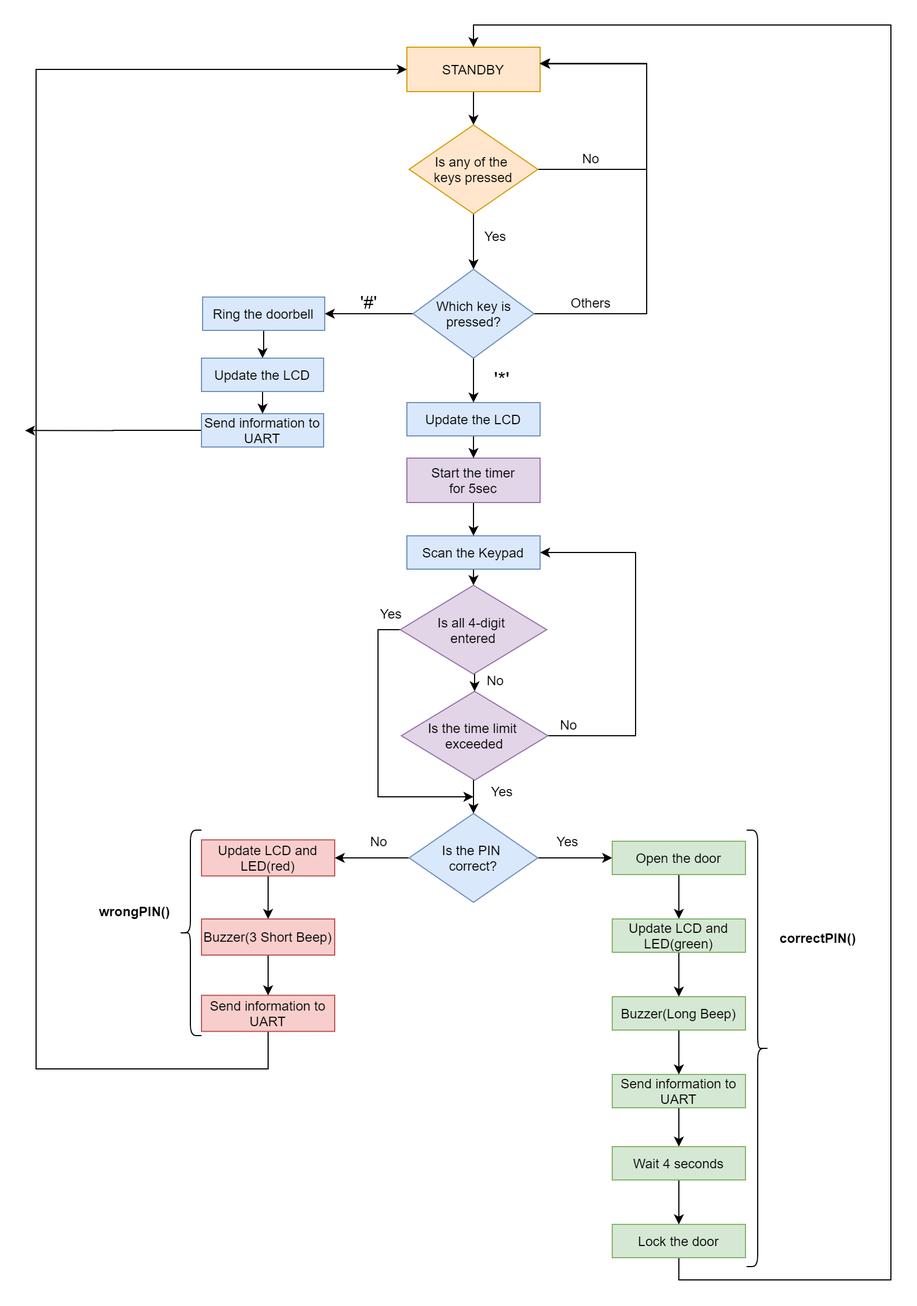
This is Images/flow_chart.png from dkorbey/Door-Lock-Project, a draw.io export, as it was before one commit. Source tidied: cells renumbered, new cells last; positions are measured from the earlier drawing's top-left corner, leaving out a move shared by most shapes.
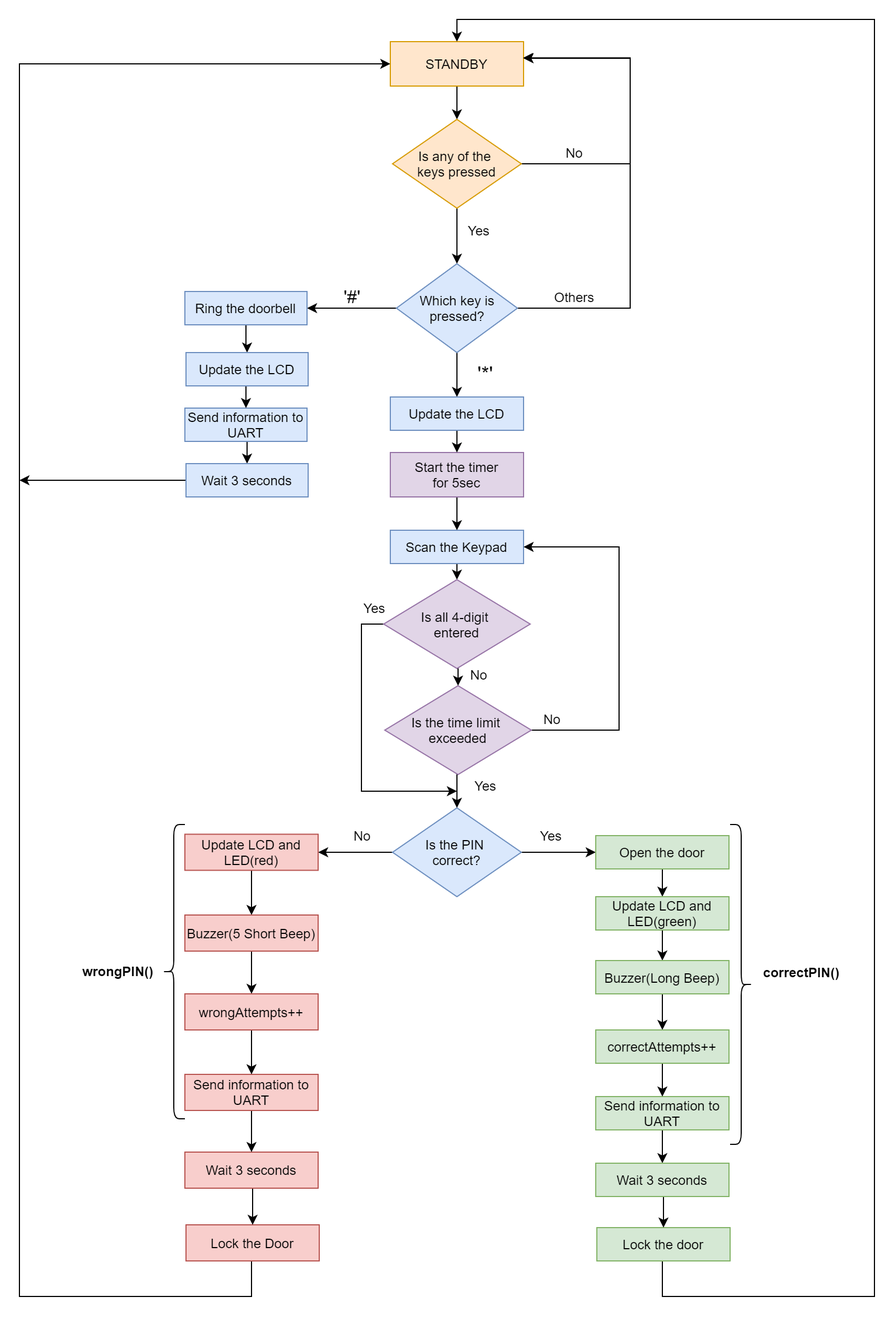
The same file after the commit.

Diff of the diagram source:
```diff
@@ -58,7 +58,7 @@
       <mxGeometry relative="1" as="geometry" />
     </mxCell>
     <mxCell id="17" value="Ring the doorbell" style="whiteSpace=wrap;html=1;fillColor=#dae8fc;strokeColor=#6c8ebf;" parent="1" vertex="1">
-      <mxGeometry x="160" y="245" width="110" height="30" as="geometry" />
+      <mxGeometry x="159" y="245" width="110" height="30" as="geometry" />
     </mxCell>
     <mxCell id="18" value="&lt;font style=&quot;font-size: 16px&quot;&gt;'#'&lt;/font&gt;" style="text;html=1;strokeColor=none;fillColor=none;align=center;verticalAlign=middle;whiteSpace=wrap;" parent="1" vertex="1">
       <mxGeometry x="290" y="240" width="40" height="20" as="geometry" />
@@ -79,7 +79,7 @@
       <mxGeometry relative="1" as="geometry" />
     </mxCell>
     <mxCell id="24" value="Send information to UART" style="rounded=0;whiteSpace=wrap;html=1;fillColor=#d5e8d4;strokeColor=#82b366;" parent="1" vertex="1">
-      <mxGeometry x="529" y="945" width="120" height="30" as="geometry" />
+      <mxGeometry x="529" y="970" width="120" height="30" as="geometry" />
     </mxCell>
     <mxCell id="25" style="edgeStyle=orthogonalEdgeStyle;rounded=0;jettySize=auto;html=1;exitX=0.5;exitY=1;exitDx=0;exitDy=0;entryX=0.5;entryY=0;entryDx=0;entryDy=0;" parent="1" edge="1" source="26" target="28">
       <mxGeometry relative="1" as="geometry" />
@@ -91,20 +91,22 @@
       <mxGeometry relative="1" as="geometry" />
     </mxCell>
     <mxCell id="28" value="Update LCD and LED(green)" style="rounded=0;whiteSpace=wrap;html=1;fillColor=#d5e8d4;strokeColor=#82b366;" parent="1" vertex="1">
-      <mxGeometry x="529" y="805" width="120" height="30" as="geometry" />
+      <mxGeometry x="529" y="790" width="120" height="30" as="geometry" />
     </mxCell>
     <mxCell id="29" style="edgeStyle=orthogonalEdgeStyle;rounded=0;jettySize=auto;html=1;entryX=0.5;entryY=0;entryDx=0;entryDy=0;exitX=0.5;exitY=1;exitDx=0;exitDy=0;" parent="1" edge="1" source="30" target="3">
       <mxGeometry relative="1" as="geometry">
         <Array as="points">
-          <mxPoint x="589" y="1130" />
-          <mxPoint x="780" y="1130" />
+          <mxPoint x="590" y="1116" />
+          <mxPoint x="589" y="1116" />
+          <mxPoint x="589" y="1150" />
+          <mxPoint x="780" y="1150" />
           <mxPoint x="780" />
           <mxPoint x="404" />
         </Array>
       </mxGeometry>
     </mxCell>
     <mxCell id="30" value="Lock the door" style="rounded=0;whiteSpace=wrap;html=1;fillColor=#d5e8d4;strokeColor=#82b366;" parent="1" vertex="1">
-      <mxGeometry x="529" y="1080" width="120" height="30" as="geometry" />
+      <mxGeometry x="530" y="1088" width="120" height="30" as="geometry" />
     </mxCell>
     <mxCell id="31" style="edgeStyle=orthogonalEdgeStyle;rounded=0;jettySize=auto;html=1;exitX=0.5;exitY=1;exitDx=0;exitDy=0;entryX=0.5;entryY=0;entryDx=0;entryDy=0;" parent="1" edge="1" source="32" target="49">
       <mxGeometry relative="1" as="geometry" />
@@ -112,23 +114,23 @@
     <mxCell id="32" value="Update LCD and LED(red)" style="rounded=0;whiteSpace=wrap;html=1;fillColor=#f8cecc;strokeColor=#b85450;" parent="1" vertex="1">
       <mxGeometry x="159" y="733.8" width="120" height="32.5" as="geometry" />
     </mxCell>
-    <mxCell id="33" style="edgeStyle=orthogonalEdgeStyle;rounded=0;jettySize=auto;html=1;exitX=0.5;exitY=1;exitDx=0;exitDy=0;entryX=0.5;entryY=0;entryDx=0;entryDy=0;" parent="1" edge="1" source="34" target="24">
-      <mxGeometry relative="1" as="geometry" />
-    </mxCell>
+    <mxCell id="66" style="edgeStyle=orthogonalEdgeStyle;rounded=0;jettySize=auto;html=1;exitX=0.5;exitY=1;exitDx=0;exitDy=0;entryX=0.5;entryY=0;entryDx=0;entryDy=0;" parent="1" edge="1" source="34" target="78">
+      <mxGeometry relative="1" as="geometry" />
+    </mxCell>
     <mxCell id="34" value="Buzzer(Long Beep)" style="rounded=0;whiteSpace=wrap;html=1;fillColor=#d5e8d4;strokeColor=#82b366;" parent="1" vertex="1">
-      <mxGeometry x="529" y="875" width="120" height="30" as="geometry" />
+      <mxGeometry x="529" y="847.5" width="120" height="30" as="geometry" />
     </mxCell>
     <mxCell id="35" style="edgeStyle=orthogonalEdgeStyle;rounded=0;jettySize=auto;html=1;entryX=0;entryY=0.5;entryDx=0;entryDy=0;" parent="1" edge="1" source="36" target="3">
       <mxGeometry relative="1" as="geometry">
         <Array as="points">
-          <mxPoint x="219" y="940" />
-          <mxPoint x="10" y="940" />
+          <mxPoint x="219" y="1150" />
+          <mxPoint x="10" y="1150" />
           <mxPoint x="10" y="40" />
         </Array>
       </mxGeometry>
     </mxCell>
-    <mxCell id="36" value="Send information to UART" style="rounded=0;whiteSpace=wrap;html=1;fillColor=#f8cecc;strokeColor=#b85450;" parent="1" vertex="1">
-      <mxGeometry x="159" y="873.8" width="120" height="32.5" as="geometry" />
+    <mxCell id="36" value="Lock the Door" style="rounded=0;whiteSpace=wrap;html=1;fillColor=#f8cecc;strokeColor=#b85450;" parent="1" vertex="1">
+      <mxGeometry x="160" y="1085.5" width="120" height="32.5" as="geometry" />
     </mxCell>
     <mxCell id="37" value="No" style="text;html=1;strokeColor=none;fillColor=none;align=center;verticalAlign=middle;whiteSpace=wrap;" parent="1" vertex="1">
       <mxGeometry x="299" y="725" width="40" height="20" as="geometry" />
@@ -157,37 +159,35 @@
       <mxGeometry x="339" y="600" width="132" height="80" as="geometry" />
     </mxCell>
     <mxCell id="44" style="shape=curlyBracket;whiteSpace=wrap;html=1;rounded=1;" parent="1" vertex="1">
-      <mxGeometry x="139" y="725" width="20" height="185" as="geometry" />
+      <mxGeometry x="139" y="725" width="20" height="265" as="geometry" />
     </mxCell>
     <mxCell id="45" style="shape=curlyBracket;whiteSpace=wrap;html=1;rounded=1;size=0.5;rotation=-180;" parent="1" vertex="1">
-      <mxGeometry x="650" y="725" width="20" height="393" as="geometry" />
+      <mxGeometry x="650" y="725" width="20" height="288" as="geometry" />
     </mxCell>
     <mxCell id="46" value="&lt;b&gt;&lt;font style=&quot;font-size: 12px&quot;&gt;wrongPIN()&lt;/font&gt;&lt;/b&gt;" style="text;html=1;strokeColor=none;fillColor=none;align=center;verticalAlign=middle;whiteSpace=wrap;rounded=0;" parent="1" vertex="1">
-      <mxGeometry x="59" y="780" width="80" height="35" as="geometry" />
+      <mxGeometry x="59" y="839" width="80" height="35" as="geometry" />
     </mxCell>
     <mxCell id="47" value="&lt;b&gt;correctPIN()&lt;/b&gt;" style="text;html=1;strokeColor=none;fillColor=none;align=center;verticalAlign=middle;whiteSpace=wrap;rounded=0;" parent="1" vertex="1">
-      <mxGeometry x="670" y="804" width="89" height="35" as="geometry" />
+      <mxGeometry x="670" y="840" width="89" height="35" as="geometry" />
     </mxCell>
-    <mxCell id="48" style="edgeStyle=orthogonalEdgeStyle;rounded=0;jettySize=auto;html=1;exitX=0.5;exitY=1;exitDx=0;exitDy=0;entryX=0.5;entryY=0;entryDx=0;entryDy=0;" parent="1" edge="1" source="49" target="36">
-      <mxGeometry relative="1" as="geometry" />
-    </mxCell>
+    <mxCell id="67" style="edgeStyle=orthogonalEdgeStyle;rounded=0;jettySize=auto;html=1;exitX=0.5;exitY=1;exitDx=0;exitDy=0;entryX=0.5;entryY=0;entryDx=0;entryDy=0;" parent="1" edge="1" source="49" target="76">
+      <mxGeometry relative="1" as="geometry" />
+    </mxCell>
-    <mxCell id="49" value="Buzzer(3 Short Beep)" style="rounded=0;whiteSpace=wrap;html=1;fillColor=#f8cecc;strokeColor=#b85450;" parent="1" vertex="1">
-      <mxGeometry x="159" y="805" width="120" height="32.5" as="geometry" />
+    <mxCell id="49" value="Buzzer(5 Short Beep)" style="rounded=0;whiteSpace=wrap;html=1;fillColor=#f8cecc;strokeColor=#b85450;" parent="1" vertex="1">
+      <mxGeometry x="159" y="806.5" width="120" height="32.5" as="geometry" />
     </mxCell>
-    <mxCell id="50" style="edgeStyle=orthogonalEdgeStyle;rounded=0;jettySize=auto;html=1;exitX=0.5;exitY=1;exitDx=0;exitDy=0;" parent="1" edge="1" source="51" target="30">
+    <mxCell id="50" style="edgeStyle=orthogonalEdgeStyle;rounded=0;jettySize=auto;html=1;exitX=0.5;exitY=1;exitDx=0;exitDy=0;entryX=0.5;entryY=0;entryDx=0;entryDy=0;" parent="1" edge="1" source="51" target="30">
       <mxGeometry relative="1" as="geometry" />
     </mxCell>
-    <mxCell id="51" value="Wait 4 seconds" style="rounded=0;whiteSpace=wrap;html=1;fillColor=#d5e8d4;strokeColor=#82b366;" parent="1" vertex="1">
-      <mxGeometry x="529" y="1010" width="120" height="30" as="geometry" />
+    <mxCell id="51" value="Wait 3 seconds" style="rounded=0;whiteSpace=wrap;html=1;fillColor=#d5e8d4;strokeColor=#82b366;" parent="1" vertex="1">
+      <mxGeometry x="529" y="1030" width="120" height="30" as="geometry" />
     </mxCell>
     <mxCell id="52" value="No" style="text;html=1;strokeColor=none;fillColor=none;align=center;verticalAlign=middle;whiteSpace=wrap;" parent="1" vertex="1">
       <mxGeometry x="404" y="580" width="40" height="20" as="geometry" />
     </mxCell>
-    <mxCell id="53" style="edgeStyle=orthogonalEdgeStyle;rounded=0;jettySize=auto;html=1;exitX=0;exitY=0.5;exitDx=0;exitDy=0;" parent="1" edge="1" source="54">
-      <mxGeometry relative="1" as="geometry">
-        <mxPoint y="365.2" as="targetPoint" />
-      </mxGeometry>
-    </mxCell>
+    <mxCell id="68" style="edgeStyle=orthogonalEdgeStyle;rounded=0;jettySize=auto;html=1;exitX=0.5;exitY=1;exitDx=0;exitDy=0;entryX=0.5;entryY=0;entryDx=0;entryDy=0;" parent="1" edge="1" source="54" target="74">
+      <mxGeometry relative="1" as="geometry" />
+    </mxCell>
     <mxCell id="54" value="Send information to UART" style="whiteSpace=wrap;html=1;fillColor=#dae8fc;strokeColor=#6c8ebf;" parent="1" vertex="1">
       <mxGeometry x="159" y="350" width="110" height="30" as="geometry" />
     </mxCell>
@@ -195,7 +195,7 @@
       <mxGeometry relative="1" as="geometry" />
     </mxCell>
     <mxCell id="56" value="Update the LCD" style="whiteSpace=wrap;html=1;fillColor=#dae8fc;strokeColor=#6c8ebf;" parent="1" vertex="1">
-      <mxGeometry x="159" y="300" width="110" height="30" as="geometry" />
+      <mxGeometry x="160" y="300" width="110" height="30" as="geometry" />
     </mxCell>
     <mxCell id="57" style="edgeStyle=orthogonalEdgeStyle;rounded=0;orthogonalLoop=1;jettySize=auto;html=1;exitX=0.5;exitY=1;exitDx=0;exitDy=0;" parent="1" edge="1" source="36" target="36">
       <mxGeometry relative="1" as="geometry" />
@@ -230,5 +230,37 @@
     <mxCell id="65" value="Yes" style="text;html=1;strokeColor=none;fillColor=none;align=center;verticalAlign=middle;whiteSpace=wrap;" parent="1" vertex="1">
       <mxGeometry x="309.5" y="520" width="40" height="20" as="geometry" />
     </mxCell>
+    <mxCell id="69" style="edgeStyle=orthogonalEdgeStyle;rounded=0;jettySize=auto;html=1;exitX=0.5;exitY=1;exitDx=0;exitDy=0;entryX=0.5;entryY=0;entryDx=0;entryDy=0;" parent="1" edge="1" source="70" target="36">
+      <mxGeometry relative="1" as="geometry" />
+    </mxCell>
+    <mxCell id="70" value="Wait 3 seconds" style="rounded=0;whiteSpace=wrap;html=1;fillColor=#f8cecc;strokeColor=#b85450;" parent="1" vertex="1">
+      <mxGeometry x="159" y="1020" width="120" height="32.5" as="geometry" />
+    </mxCell>
+    <mxCell id="71" style="edgeStyle=orthogonalEdgeStyle;rounded=0;jettySize=auto;html=1;exitX=0.5;exitY=1;exitDx=0;exitDy=0;entryX=0.5;entryY=0;entryDx=0;entryDy=0;" parent="1" edge="1" source="72" target="70">
+      <mxGeometry relative="1" as="geometry" />
+    </mxCell>
+    <mxCell id="72" value="Send information to UART" style="rounded=0;whiteSpace=wrap;html=1;fillColor=#f8cecc;strokeColor=#b85450;" parent="1" vertex="1">
+      <mxGeometry x="159" y="950" width="120" height="32.5" as="geometry" />
+    </mxCell>
+    <mxCell id="73" style="edgeStyle=orthogonalEdgeStyle;rounded=0;jettySize=auto;html=1;exitX=0;exitY=0.5;exitDx=0;exitDy=0;" parent="1" edge="1" source="74">
+      <mxGeometry relative="1" as="geometry">
+        <mxPoint x="10" y="415" as="targetPoint" />
+      </mxGeometry>
+    </mxCell>
+    <mxCell id="74" value="Wait 3 seconds" style="whiteSpace=wrap;html=1;fillColor=#dae8fc;strokeColor=#6c8ebf;" parent="1" vertex="1">
+      <mxGeometry x="160" y="400" width="110" height="30" as="geometry" />
+    </mxCell>
+    <mxCell id="75" style="edgeStyle=orthogonalEdgeStyle;rounded=0;jettySize=auto;html=1;exitX=0.5;exitY=1;exitDx=0;exitDy=0;entryX=0.5;entryY=0;entryDx=0;entryDy=0;" parent="1" edge="1" source="76" target="72">
+      <mxGeometry relative="1" as="geometry" />
+    </mxCell>
+    <mxCell id="76" value="wrongAttempts++" style="rounded=0;whiteSpace=wrap;html=1;fillColor=#f8cecc;strokeColor=#b85450;" parent="1" vertex="1">
+      <mxGeometry x="159" y="877.5" width="120" height="32.5" as="geometry" />
+    </mxCell>
+    <mxCell id="77" style="edgeStyle=orthogonalEdgeStyle;rounded=0;jettySize=auto;html=1;exitX=0.5;exitY=1;exitDx=0;exitDy=0;" parent="1" edge="1" source="78" target="24">
+      <mxGeometry relative="1" as="geometry" />
+    </mxCell>
+    <mxCell id="78" value="correctAttempts++" style="rounded=0;whiteSpace=wrap;html=1;fillColor=#d5e8d4;strokeColor=#82b366;" parent="1" vertex="1">
+      <mxGeometry x="529" y="910" width="120" height="30" as="geometry" />
+    </mxCell>
   </root>
 </mxGraphModel>
```
